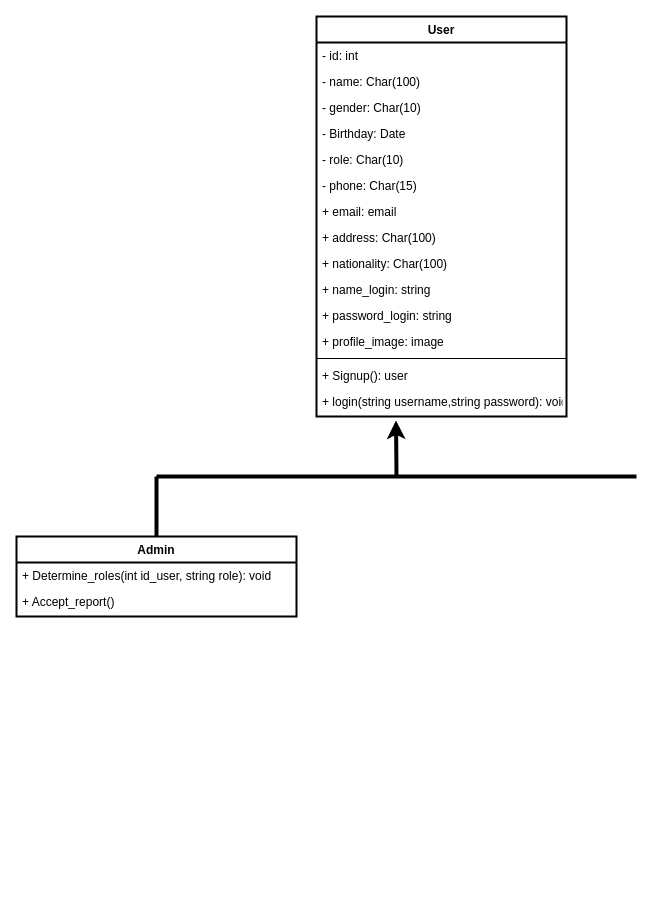
The draw.io diagram Class Diagram تخرج.drawio in doaa517/Diagrams, before the edit. Source tidied: cells renumbered, new cells numbered last; positions are measured from the earlier drawing's top-left corner, leaving out a move shared by most shapes. Both pictures are drawn from the tidied source at 100%, with x=0, y=0 at pixel (16, 16).
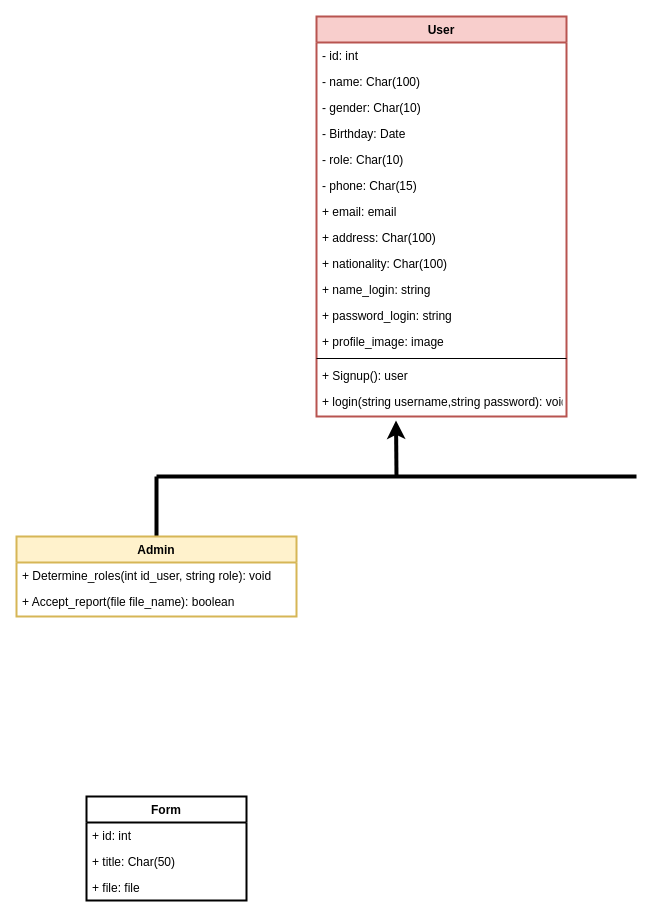
The same diagram, later.

Change to the diagram source:
```diff
@@
-    <mxCell id="2" value="User" style="swimlane;fontStyle=1;align=center;verticalAlign=top;horizontal=1;startSize=26;strokeWidth=2;" parent="1" vertex="1">
+    <mxCell id="2" value="User" style="swimlane;fontStyle=1;align=center;verticalAlign=top;horizontal=1;startSize=26;strokeWidth=2;fillColor=#f8cecc;strokeColor=#b85450;" parent="1" vertex="1">
       <mxGeometry x="300" width="250" height="400" as="geometry" />
     </mxCell>
@@
-    <mxCell id="21" value="Admin" style="swimlane;fontStyle=1;align=center;verticalAlign=top;horizontal=1;startSize=26;strokeWidth=2;" parent="1" vertex="1">
+    <mxCell id="21" value="Admin" style="swimlane;fontStyle=1;align=center;verticalAlign=top;horizontal=1;startSize=26;strokeWidth=2;fillColor=#fff2cc;strokeColor=#d6b656;" parent="1" vertex="1">
       <mxGeometry y="520" width="280" height="80" as="geometry" />
     </mxCell>
@@
-    <mxCell id="23" value="+ Accept_report()&#10;" style="text;strokeColor=none;fillColor=none;align=left;verticalAlign=top;spacingLeft=4;spacingRight=4;overflow=hidden;" parent="21" vertex="1">
+    <mxCell id="23" value="+ Accept_report(file file_name): boolean&#10;" style="text;strokeColor=none;fillColor=none;align=left;verticalAlign=top;spacingLeft=4;spacingRight=4;overflow=hidden;" parent="21" vertex="1">
       <mxGeometry y="52" width="280" height="28" as="geometry" />
     </mxCell>
+    <mxCell id="24" value="Form" style="swimlane;fontStyle=1;align=center;verticalAlign=top;horizontal=1;startSize=26;strokeWidth=2;" parent="1" vertex="1">
+      <mxGeometry x="70" y="780" width="160" height="104" as="geometry" />
+    </mxCell>
+    <mxCell id="25" value="+ id: int" style="text;strokeColor=none;fillColor=none;align=left;verticalAlign=top;spacingLeft=4;spacingRight=4;overflow=hidden;" parent="24" vertex="1">
+      <mxGeometry y="26" width="160" height="26" as="geometry" />
+    </mxCell>
+    <mxCell id="26" value="+ title: Char(50)" style="text;strokeColor=none;fillColor=none;align=left;verticalAlign=top;spacingLeft=4;spacingRight=4;overflow=hidden;" parent="24" vertex="1">
+      <mxGeometry y="52" width="160" height="26" as="geometry" />
+    </mxCell>
+    <mxCell id="27" value="+ file: file" style="text;strokeColor=none;fillColor=none;align=left;verticalAlign=top;spacingLeft=4;spacingRight=4;overflow=hidden;" parent="24" vertex="1">
+      <mxGeometry y="78" width="160" height="26" as="geometry" />
+    </mxCell>
```
